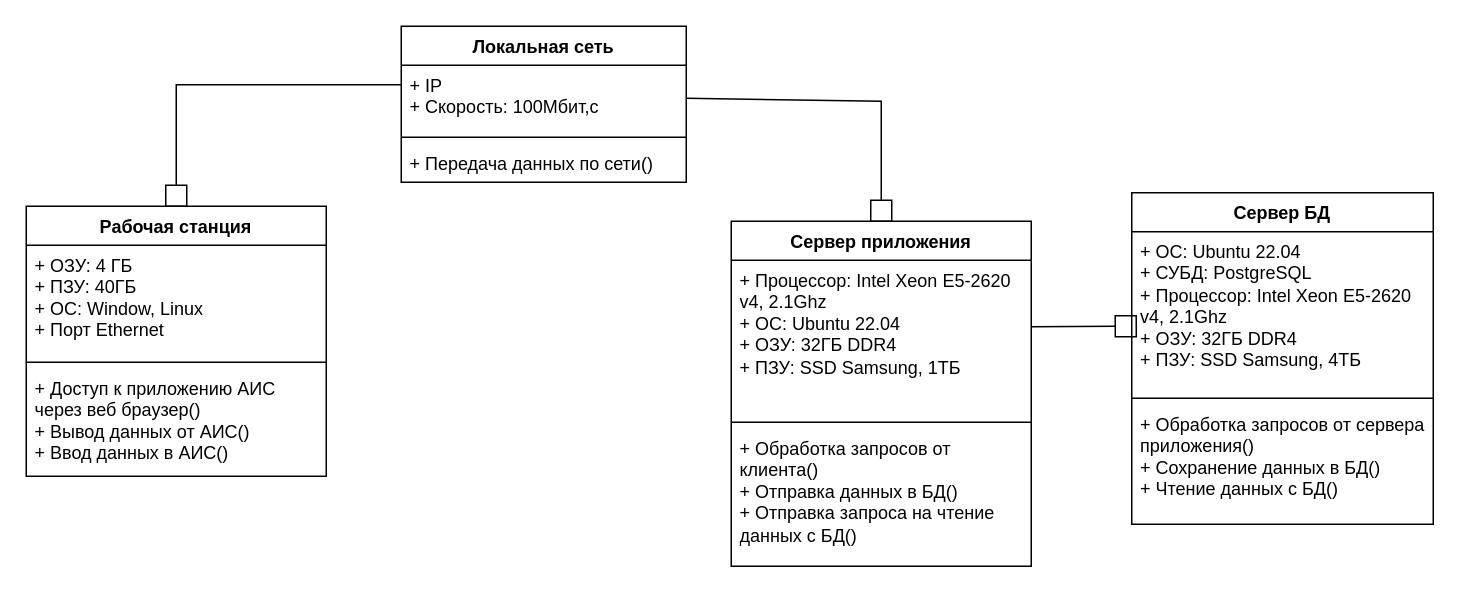
hiff0/db-city-council keeps this draw.io diagram as Определение проекта АИС.drawio. Above is the earlier version. Source tidied: cells renumbered, new cells numbered last; positions are measured from the earlier drawing's top-left corner, leaving out a move shared by most shapes. Both pictures are drawn from the tidied source at 150%, with x=0, y=0 at pixel (26, 26).
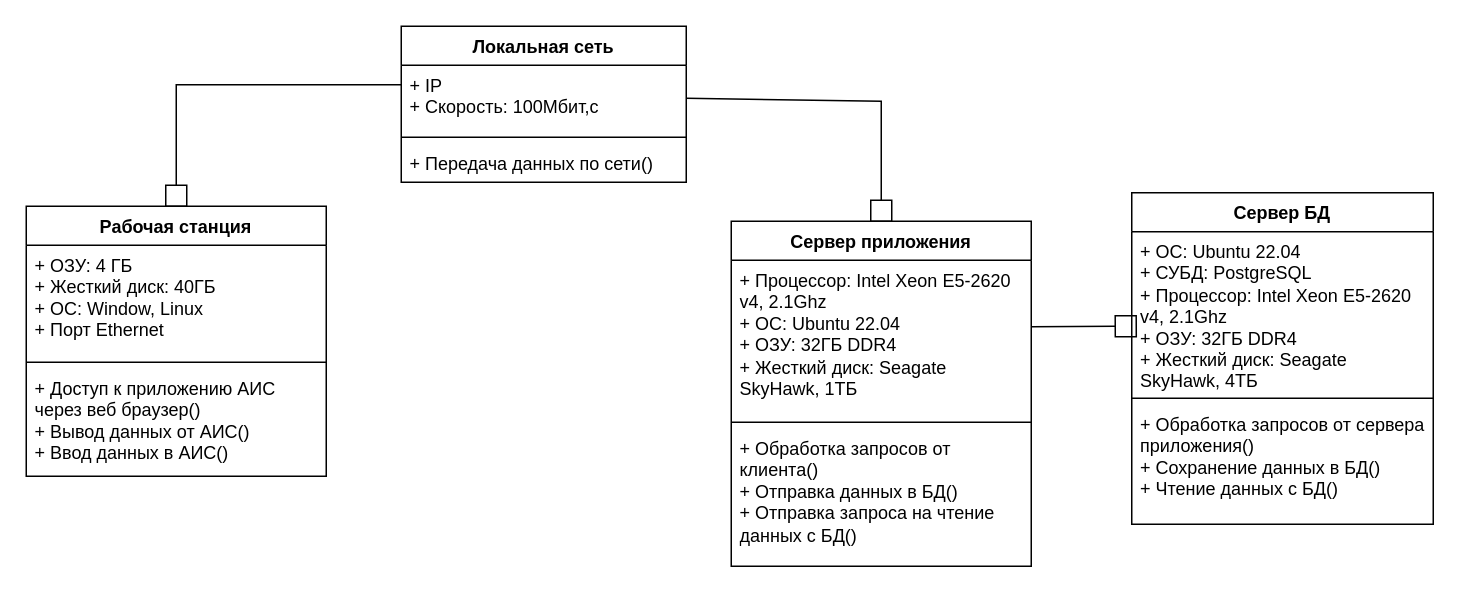
After the change.

Unchanged cells that the change refers to:
```xml
<mxCell id="6" value="Рабочая станция" style="swimlane;fontStyle=1;align=center;verticalAlign=top;horizontal=1;startSize=26;whiteSpace=wrap;html=1;" parent="1" vertex="1">
  <mxGeometry y="120" width="200" height="180" as="geometry" />
</mxCell>
<mxCell id="10" value="Сервер приложения" style="swimlane;fontStyle=1;align=center;verticalAlign=top;horizontal=1;startSize=26;whiteSpace=wrap;html=1;" parent="1" vertex="1">
  <mxGeometry x="470" y="130" width="200" height="230" as="geometry" />
</mxCell>
<mxCell id="14" value="Сервер БД" style="swimlane;fontStyle=1;align=center;verticalAlign=top;horizontal=1;startSize=26;whiteSpace=wrap;html=1;" parent="1" vertex="1">
  <mxGeometry x="737" y="111" width="201" height="221" as="geometry" />
</mxCell>
```

Change to the diagram source:
```diff
@@
-    <mxCell id="7" value="+ ОЗУ: 4 ГБ&lt;div&gt;+ ПЗУ: 40ГБ&lt;/div&gt;&lt;div&gt;+ ОС: Window, Linux&lt;/div&gt;&lt;div&gt;+ Порт Ethernet&lt;/div&gt;" style="text;strokeColor=none;fillColor=none;align=left;verticalAlign=top;spacingLeft=4;spacingRight=4;overflow=hidden;whiteSpace=wrap;html=1;" parent="6" vertex="1">
+    <mxCell id="7" value="+ ОЗУ: 4 ГБ&lt;div&gt;+ Жесткий диск: 40ГБ&lt;/div&gt;&lt;div&gt;+ ОС: Window, Linux&lt;/div&gt;&lt;div&gt;+ Порт Ethernet&lt;/div&gt;" style="text;strokeColor=none;fillColor=none;align=left;verticalAlign=top;spacingLeft=4;spacingRight=4;overflow=hidden;whiteSpace=wrap;html=1;" parent="6" vertex="1">
       <mxGeometry y="26" width="200" height="74" as="geometry" />
     </mxCell>
@@
-    <mxCell id="11" value="+ Процессор: Intel Xeon E5-2620 v4, 2.1Ghz&lt;div&gt;+ ОС: Ubuntu 22.04&lt;/div&gt;&lt;div&gt;+ ОЗУ: 32ГБ DDR4&lt;/div&gt;&lt;div&gt;+ ПЗУ: SSD Samsung, 1ТБ&lt;/div&gt;&lt;div&gt;&lt;br&gt;&lt;/div&gt;" style="text;strokeColor=none;fillColor=none;align=left;verticalAlign=top;spacingLeft=4;spacingRight=4;overflow=hidden;points=[[0,0.5],[1,0.5]];portConstraint=eastwest;whiteSpace=wrap;html=1;" parent="10" vertex="1">
+    <mxCell id="11" value="+ Процессор: Intel Xeon E5-2620 v4, 2.1Ghz&lt;div&gt;+ ОС: Ubuntu 22.04&lt;/div&gt;&lt;div&gt;+ ОЗУ: 32ГБ DDR4&lt;/div&gt;&lt;div&gt;+ Жесткий диск: Seagate SkyHawk, 1ТБ&lt;/div&gt;&lt;div&gt;&lt;br&gt;&lt;/div&gt;" style="text;strokeColor=none;fillColor=none;align=left;verticalAlign=top;spacingLeft=4;spacingRight=4;overflow=hidden;points=[[0,0.5],[1,0.5]];portConstraint=eastwest;whiteSpace=wrap;html=1;" parent="10" vertex="1">
       <mxGeometry y="26" width="200" height="104" as="geometry" />
     </mxCell>
@@
-    <mxCell id="15" value="+ ОС: Ubuntu 22.04&lt;div&gt;+ СУБД: PostgreSQL&lt;/div&gt;&lt;div&gt;+ Процессор: Intel Xeon E5-2620 v4, 2.1Ghz&lt;/div&gt;&lt;div&gt;&lt;div&gt;+ ОЗУ: 32ГБ DDR4&lt;/div&gt;&lt;div&gt;+ ПЗУ: SSD Samsung, 4ТБ&lt;/div&gt;&lt;div&gt;&lt;br&gt;&lt;/div&gt;&lt;/div&gt;" style="text;strokeColor=none;fillColor=none;align=left;verticalAlign=top;spacingLeft=4;spacingRight=4;overflow=hidden;whiteSpace=wrap;html=1;" parent="14" vertex="1">
+    <mxCell id="15" value="+ ОС: Ubuntu 22.04&lt;div&gt;+ СУБД: PostgreSQL&lt;/div&gt;&lt;div&gt;+ Процессор: Intel Xeon E5-2620 v4, 2.1Ghz&lt;/div&gt;&lt;div&gt;&lt;div&gt;+ ОЗУ: 32ГБ DDR4&lt;/div&gt;&lt;div&gt;+ Жесткий диск: Seagate SkyHawk, 4ТБ&lt;br&gt;&lt;/div&gt;&lt;div&gt;&lt;br&gt;&lt;/div&gt;&lt;/div&gt;" style="text;strokeColor=none;fillColor=none;align=left;verticalAlign=top;spacingLeft=4;spacingRight=4;overflow=hidden;whiteSpace=wrap;html=1;" parent="14" vertex="1">
       <mxGeometry y="26" width="201" height="107" as="geometry" />
     </mxCell>
```
